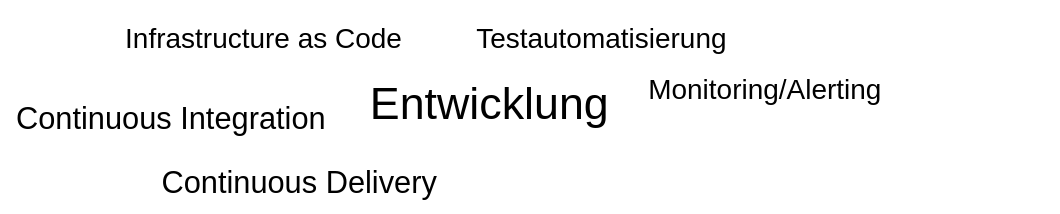
Before: img/diagram_16.svg, a diagram exported from draw.io (iteratec/techcamp-devops-slides). Source tidied: cells renumbered, new cells last; positions are measured from the earlier drawing's top-left corner, leaving out a move shared by most shapes.
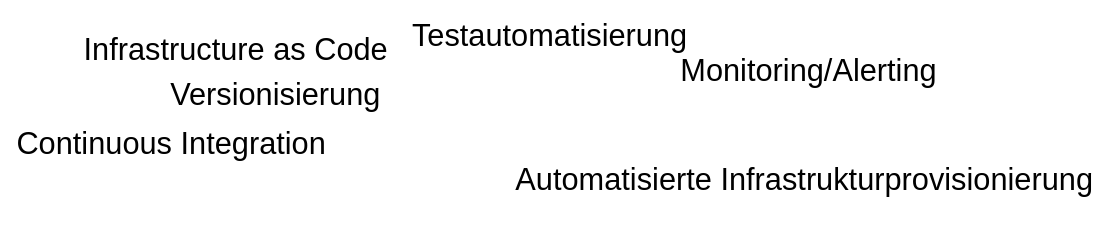
The same file after the commit.

Diff of the diagram source:
```diff
@@ -2,29 +2,26 @@
   <root>
     <mxCell id="0" />
     <mxCell id="1" parent="0" />
-    <mxCell id="2" style="rounded=0;whiteSpace=wrap;html=1;shadow=0;comic=1;strokeWidth=1;fontSize=32;align=center;fillColor=none;strokeColor=none;" parent="1" vertex="1">
-      <mxGeometry width="756" height="152" as="geometry" />
+    <mxCell id="2" style="rounded=0;whiteSpace=wrap;html=1;shadow=0;comic=1;strokeWidth=1;fontSize=22;align=center;fillColor=none;strokeColor=none;" parent="1" vertex="1">
+      <mxGeometry x="-30" y="452" width="786" height="170" as="geometry" />
     </mxCell>
-    <mxCell id="3" value="Entwicklung" style="text;html=1;align=left;verticalAlign=top;spacingTop=-4;fontSize=32;" parent="1" vertex="1">
-      <mxGeometry x="261.5" y="51.5" width="120" height="30" as="geometry" />
+    <mxCell id="3" value="&lt;div style=&quot;font-size: 22px;&quot;&gt;Infrastructure as Code&lt;/div&gt;" style="text;html=1;align=left;verticalAlign=top;spacingTop=-4;fontSize=22;" parent="1" vertex="1">
+      <mxGeometry x="26.5" y="471.5" width="220" height="30" as="geometry" />
     </mxCell>
-    <mxCell id="4" value="&lt;div&gt;Infrastructure as Code&lt;/div&gt;" style="text;html=1;align=left;verticalAlign=top;spacingTop=-4;fontSize=20;" parent="1" vertex="1">
-      <mxGeometry x="86.5" y="11.5" width="220" height="30" as="geometry" />
+    <mxCell id="4" value="Testautomatisierung" style="text;html=1;align=left;verticalAlign=top;spacingTop=-4;fontSize=22;" parent="1" vertex="1">
+      <mxGeometry x="262" y="461.5" width="190" height="30" as="geometry" />
     </mxCell>
-    <mxCell id="5" value="&lt;div&gt;&lt;br&gt;&lt;/div&gt;" style="text;html=1;align=left;verticalAlign=top;spacingTop=-4;fontSize=32;" parent="1" vertex="1">
-      <mxGeometry x="452.5" y="1.5" width="20" height="40" as="geometry" />
+    <mxCell id="5" value="Monitoring/Alerting" style="text;html=1;align=left;verticalAlign=top;spacingTop=-4;fontSize=22;" parent="1" vertex="1">
+      <mxGeometry x="454" y="486.5" width="180" height="30" as="geometry" />
     </mxCell>
-    <mxCell id="6" value="Testautomatisierung" style="text;html=1;align=left;verticalAlign=top;spacingTop=-4;fontSize=20;" parent="1" vertex="1">
-      <mxGeometry x="338" y="11.5" width="190" height="30" as="geometry" />
+    <mxCell id="6" value="&lt;font style=&quot;font-size: 22px&quot;&gt;Continuous Integration&lt;br style=&quot;font-size: 22px;&quot;&gt;&lt;/font&gt;" style="text;html=1;align=left;verticalAlign=top;spacingTop=-4;fontSize=22;" parent="1" vertex="1">
+      <mxGeometry x="-21" y="539" width="230" height="40" as="geometry" />
     </mxCell>
-    <mxCell id="7" value="Monitoring/Alerting" style="text;html=1;align=left;verticalAlign=top;spacingTop=-4;fontSize=20;" parent="1" vertex="1">
-      <mxGeometry x="461" y="49" width="180" height="30" as="geometry" />
+    <mxCell id="7" value="Automatisierte Infrastrukturprovisionierung" style="text;html=1;align=left;verticalAlign=top;spacingTop=-4;fontSize=22;" parent="1" vertex="1">
+      <mxGeometry x="335.5" y="565" width="420" height="30" as="geometry" />
     </mxCell>
-    <mxCell id="8" value="&lt;font style=&quot;font-size: 22px&quot;&gt;Continuous Integration&lt;br&gt;&lt;/font&gt;" style="text;html=1;align=left;verticalAlign=top;spacingTop=-4;fontSize=32;" parent="1" vertex="1">
-      <mxGeometry x="9" y="59" width="230" height="40" as="geometry" />
+    <mxCell id="8" value="&lt;font style=&quot;font-size: 22px&quot;&gt;Versionisierung&lt;/font&gt;" style="text;html=1;align=left;verticalAlign=top;spacingTop=-4;fontSize=22;" parent="1" vertex="1">
+      <mxGeometry x="88.5" y="504" width="160" height="20" as="geometry" />
     </mxCell>
-    <mxCell id="9" value="&lt;font style=&quot;font-size: 22px&quot;&gt;Continuous Delivery&lt;br&gt;&lt;/font&gt;" style="text;html=1;align=left;verticalAlign=top;spacingTop=-4;fontSize=32;" parent="1" vertex="1">
-      <mxGeometry x="113" y="105" width="210" height="40" as="geometry" />
-    </mxCell>
   </root>
 </mxGraphModel>
```
